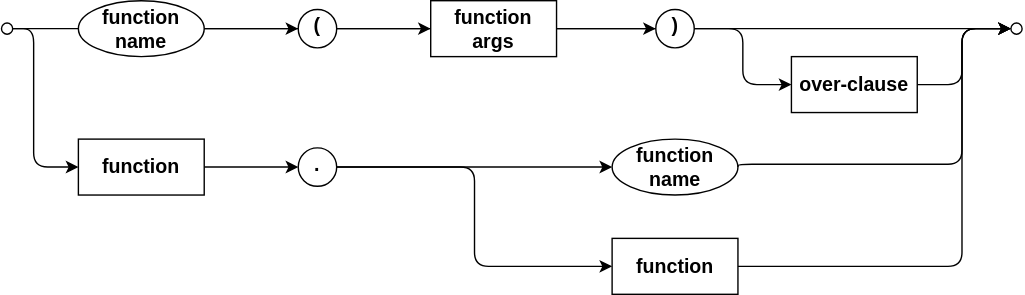
Earlier version of the draw.io export assets/cxl/function-def.drawio.svg (capire/docs). Source tidied: cells renumbered, new cells last; positions are measured from the earlier drawing's top-left corner, leaving out a move shared by most shapes.
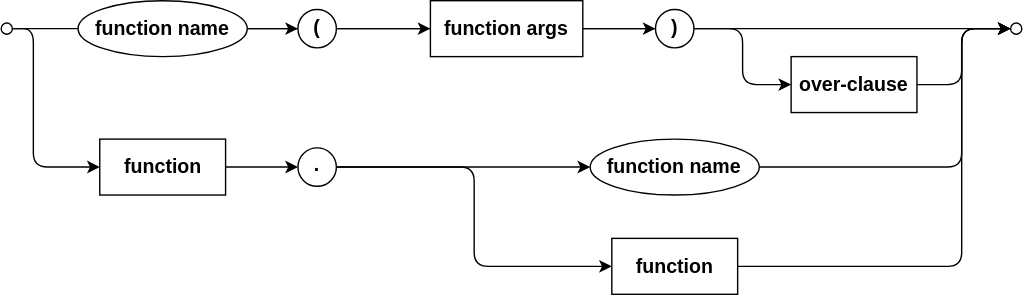
Later version of the same file.

Diff of the diagram source:
```diff
@@ -33,20 +33,20 @@
     <mxCell id="7" style="edgeStyle=entityRelationEdgeStyle;startArrow=none;endArrow=classic;segment=10;curved=1;sourcePerimeterSpacing=0;targetPerimeterSpacing=0;endFill=1;textDirection=ltr;verticalAlign=middle;spacing=2;strokeWidth=1;fontSize=14;fontStyle=1;horizontal=1;html=1;labelBorderColor=none;textShadow=0;" parent="1" edge="1" source="8" target="10">
       <mxGeometry relative="1" as="geometry" />
     </mxCell>
-    <mxCell id="8" value="function name" style="ellipse;align=center;newEdgeStyle={&quot;edgeStyle&quot;:&quot;entityRelationEdgeStyle&quot;,&quot;startArrow&quot;:&quot;none&quot;,&quot;endArrow&quot;:&quot;none&quot;,&quot;segment&quot;:10,&quot;curved&quot;:1,&quot;sourcePerimeterSpacing&quot;:0,&quot;targetPerimeterSpacing&quot;:0};textDirection=ltr;verticalAlign=middle;spacing=2;strokeWidth=1;fontSize=14;fontStyle=1;horizontal=1;whiteSpace=wrap;html=1;labelBorderColor=none;textShadow=0;" parent="1" vertex="1">
-      <mxGeometry x="55" width="90" height="40" as="geometry" />
+    <mxCell id="8" value="function name" style="ellipse;align=center;newEdgeStyle={&quot;edgeStyle&quot;:&quot;entityRelationEdgeStyle&quot;,&quot;startArrow&quot;:&quot;none&quot;,&quot;endArrow&quot;:&quot;none&quot;,&quot;segment&quot;:10,&quot;curved&quot;:1,&quot;sourcePerimeterSpacing&quot;:0,&quot;targetPerimeterSpacing&quot;:0};textDirection=ltr;verticalAlign=middle;spacing=0;strokeWidth=1;fontSize=14;fontStyle=1;horizontal=1;whiteSpace=wrap;html=1;labelBorderColor=none;textShadow=0;" parent="1" vertex="1">
+      <mxGeometry x="55" width="121" height="40" as="geometry" />
     </mxCell>
     <mxCell id="9" style="edgeStyle=none;textDirection=ltr;verticalAlign=middle;spacing=2;strokeWidth=1;fontSize=14;fontStyle=1;horizontal=1;html=1;labelBorderColor=none;textShadow=0;" parent="1" edge="1" source="10" target="12">
       <mxGeometry relative="1" as="geometry" />
     </mxCell>
-    <mxCell id="10" value="(" style="ellipse;verticalAlign=middle;spacingBottom=4;textDirection=ltr;spacing=2;strokeWidth=1;fontSize=14;fontStyle=1;horizontal=1;whiteSpace=wrap;html=1;labelBorderColor=none;textShadow=0;" parent="1" vertex="1">
+    <mxCell id="10" value="(" style="ellipse;verticalAlign=top;spacingBottom=4;spacing=0;strokeWidth=1;fontSize=14;fontStyle=1;horizontal=1;whiteSpace=wrap;html=1;labelBorderColor=none;textShadow=0;align=center;" parent="1" vertex="1">
       <mxGeometry x="212.2" y="6.2" width="27.5" height="27.5" as="geometry" />
     </mxCell>
     <mxCell id="11" style="edgeStyle=none;entryX=0;entryY=0.5;entryDx=0;entryDy=0;textDirection=ltr;verticalAlign=middle;spacing=2;strokeWidth=1;fontSize=14;fontStyle=1;horizontal=1;html=1;labelBorderColor=none;textShadow=0;" parent="1" edge="1" source="12" target="15">
       <mxGeometry relative="1" as="geometry" />
     </mxCell>
     <mxCell id="12" value="function args" style="rounded=0;strokeWidth=1;arcSize=37;textDirection=ltr;verticalAlign=middle;spacing=2;fontSize=14;fontStyle=1;horizontal=1;whiteSpace=wrap;html=1;labelBorderColor=none;textShadow=0;perimeterSpacing=0;fillStyle=auto;" parent="1" vertex="1">
-      <mxGeometry x="307" width="90" height="40" as="geometry" />
+      <mxGeometry x="307" width="109" height="40" as="geometry" />
     </mxCell>
     <mxCell id="13" value="over-clause" style="rounded=0;strokeWidth=1;arcSize=37;textDirection=ltr;verticalAlign=middle;spacing=2;fontSize=14;fontStyle=1;horizontal=1;whiteSpace=wrap;html=1;labelBorderColor=none;textShadow=0;" parent="1" vertex="1">
       <mxGeometry x="565" y="40" width="90" height="40" as="geometry" />
@@ -54,27 +54,15 @@
     <mxCell id="14" style="edgeStyle=orthogonalEdgeStyle;rounded=1;jettySize=auto;exitX=1;exitY=0.5;exitDx=0;exitDy=0;entryX=0;entryY=0.5;entryDx=0;entryDy=0;startArrow=none;startFill=0;endArrow=classic;endFill=1;startSize=6;endSize=6;align=center;textDirection=ltr;verticalAlign=middle;spacing=2;strokeWidth=1;fontSize=14;fontStyle=1;horizontal=1;html=1;labelBorderColor=none;textShadow=0;" parent="1" edge="1" source="15" target="13">
       <mxGeometry relative="1" as="geometry" />
     </mxCell>
-    <mxCell id="15" value=")" style="ellipse;verticalAlign=middle;spacingBottom=4;textDirection=ltr;spacing=2;strokeWidth=1;fontSize=14;fontStyle=1;horizontal=1;whiteSpace=wrap;html=1;labelBorderColor=none;textShadow=0;" parent="1" vertex="1">
+    <mxCell id="15" value=")" style="ellipse;verticalAlign=top;spacingBottom=4;textDirection=ltr;spacing=0;strokeWidth=1;fontSize=14;fontStyle=1;horizontal=1;whiteSpace=wrap;html=1;labelBorderColor=none;textShadow=0;" parent="1" vertex="1">
       <mxGeometry x="468" y="6.2" width="27.5" height="27.5" as="geometry" />
     </mxCell>
     <mxCell id="16" value="function" style="rounded=0;strokeWidth=1;arcSize=37;textDirection=ltr;verticalAlign=middle;spacing=2;fontSize=14;fontStyle=1;horizontal=1;whiteSpace=wrap;html=1;labelBorderColor=none;textShadow=0;perimeterSpacing=0;fillStyle=auto;" parent="1" vertex="1">
-      <mxGeometry x="55" y="99" width="90" height="40" as="geometry" />
+      <mxGeometry x="70.5" y="99" width="90" height="40" as="geometry" />
     </mxCell>
-    <mxCell id="17" value="." style="ellipse;verticalAlign=middle;spacingBottom=4;textDirection=ltr;spacing=2;strokeWidth=1;fontSize=14;fontStyle=1;horizontal=1;whiteSpace=wrap;html=1;labelBorderColor=none;textShadow=0;" parent="1" vertex="1">
+    <mxCell id="17" value="." style="ellipse;verticalAlign=middle;spacingBottom=4;textDirection=ltr;spacing=0;strokeWidth=1;fontSize=14;fontStyle=1;horizontal=1;whiteSpace=wrap;html=1;labelBorderColor=none;textShadow=0;" parent="1" vertex="1">
       <mxGeometry x="212.2" y="105.2" width="27.5" height="27.5" as="geometry" />
     </mxCell>
-    <mxCell id="18" value="function name" style="ellipse;align=center;newEdgeStyle={&quot;edgeStyle&quot;:&quot;entityRelationEdgeStyle&quot;,&quot;startArrow&quot;:&quot;none&quot;,&quot;endArrow&quot;:&quot;none&quot;,&quot;segment&quot;:10,&quot;curved&quot;:1,&quot;sourcePerimeterSpacing&quot;:0,&quot;targetPerimeterSpacing&quot;:0};textDirection=ltr;verticalAlign=middle;spacing=2;strokeWidth=1;fontSize=14;fontStyle=1;horizontal=1;whiteSpace=wrap;html=1;labelBorderColor=none;textShadow=0;" parent="1" vertex="1">
-      <mxGeometry x="436.8" y="99" width="90" height="40" as="geometry" />
-    </mxCell>
-    <mxCell id="19" style="edgeStyle=orthogonalEdgeStyle;rounded=1;jettySize=auto;html=1;exitX=1;exitY=0.5;exitDx=0;exitDy=0;entryX=0;entryY=0.5;entryDx=0;entryDy=0;startArrow=none;startFill=0;endArrow=classic;endFill=1;startSize=6;endSize=6;align=center;fontSize=12;labelBackgroundColor=none;" parent="1" edge="1" source="18" target="5">
-      <mxGeometry relative="1" as="geometry">
-        <Array as="points">
-          <mxPoint x="527" y="117" />
-          <mxPoint x="687" y="117" />
-          <mxPoint x="687" y="20" />
-        </Array>
-      </mxGeometry>
-    </mxCell>
     <mxCell id="20" style="edgeStyle=orthogonalEdgeStyle;rounded=1;jettySize=auto;exitX=1;exitY=0.5;exitDx=0;exitDy=0;startArrow=none;startFill=0;endArrow=classic;endFill=1;startSize=6;endSize=6;align=center;textDirection=ltr;verticalAlign=middle;spacing=2;strokeWidth=1;fontSize=14;fontStyle=1;horizontal=1;html=1;labelBorderColor=none;textShadow=0;entryX=0;entryY=0.5;entryDx=0;entryDy=0;" parent="1" edge="1" source="17" target="18">
       <mxGeometry relative="1" as="geometry" />
     </mxCell>
@@ -95,5 +83,16 @@
     <mxCell id="24" style="edgeStyle=none;textDirection=ltr;verticalAlign=middle;spacing=2;strokeWidth=1;fontSize=14;fontStyle=1;horizontal=1;html=1;labelBorderColor=none;textShadow=0;exitX=1;exitY=0.5;exitDx=0;exitDy=0;entryX=0;entryY=0.5;entryDx=0;entryDy=0;" parent="1" edge="1" source="16" target="17">
       <mxGeometry relative="1" as="geometry" />
     </mxCell>
+    <mxCell id="18" value="function name" style="ellipse;align=center;newEdgeStyle={&quot;edgeStyle&quot;:&quot;entityRelationEdgeStyle&quot;,&quot;startArrow&quot;:&quot;none&quot;,&quot;endArrow&quot;:&quot;none&quot;,&quot;segment&quot;:10,&quot;curved&quot;:1,&quot;sourcePerimeterSpacing&quot;:0,&quot;targetPerimeterSpacing&quot;:0};textDirection=ltr;verticalAlign=middle;spacing=0;strokeWidth=1;fontSize=14;fontStyle=1;horizontal=1;whiteSpace=wrap;html=1;labelBorderColor=none;textShadow=0;" parent="1" vertex="1">
+      <mxGeometry x="421.2" y="99" width="121" height="40" as="geometry" />
+    </mxCell>
+    <mxCell id="19" style="edgeStyle=orthogonalEdgeStyle;rounded=1;jettySize=auto;html=1;exitX=1;exitY=0.5;exitDx=0;exitDy=0;entryX=0;entryY=0.5;entryDx=0;entryDy=0;startArrow=none;startFill=0;endArrow=classic;endFill=1;startSize=6;endSize=6;align=center;fontSize=12;labelBackgroundColor=none;" parent="1" edge="1" source="18" target="5">
+      <mxGeometry relative="1" as="geometry">
+        <Array as="points">
+          <mxPoint x="687" y="119" />
+          <mxPoint x="687" y="20" />
+        </Array>
+      </mxGeometry>
+    </mxCell>
   </root>
 </mxGraphModel>
```
